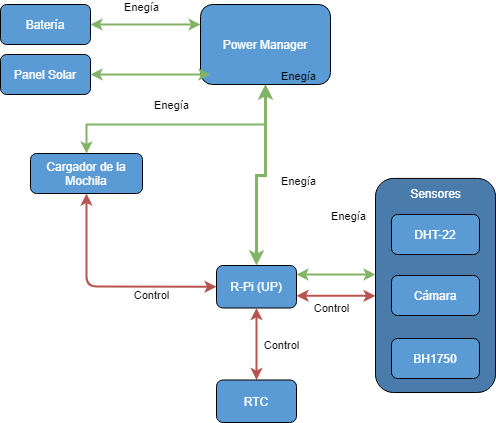
Before: Utils/Drawio/DiagramaHardware.png, a diagram exported from draw.io (tlondero/Dise-o). Source tidied: cells renumbered, new cells last; positions are measured from the earlier drawing's top-left corner, leaving out a move shared by most shapes.
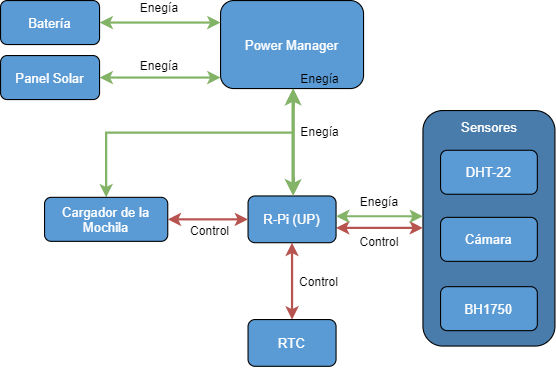
Later version of the same file.

The edit, as a diff of the source:
```diff
@@ -3,17 +3,21 @@
     <mxCell id="0" />
     <mxCell id="1" parent="0" />
     <mxCell id="2" style="rounded=1;whiteSpace=wrap;html=1;fillColor=#497CAB;" parent="1" vertex="1">
-      <mxGeometry x="375" y="173.9" width="120" height="214.1" as="geometry" />
+      <mxGeometry x="374" y="100" width="120" height="214.1" as="geometry" />
     </mxCell>
     <mxCell id="3" style="edgeStyle=orthogonalEdgeStyle;rounded=0;orthogonalLoop=1;jettySize=auto;html=1;entryX=0;entryY=0.74;entryDx=0;entryDy=0;entryPerimeter=0;startArrow=classic;startFill=1;strokeWidth=2;fillColor=#f8cecc;strokeColor=#b85450;" parent="1" edge="1">
       <mxGeometry relative="1" as="geometry">
-        <mxPoint x="296" y="291.3" as="sourcePoint" />
-        <mxPoint x="375" y="291.3" as="targetPoint" />
+        <mxPoint x="295" y="206.6" as="sourcePoint" />
+        <mxPoint x="374" y="206.7" as="targetPoint" />
+        <Array as="points">
+          <mxPoint x="355" y="206.5" />
+          <mxPoint x="355" y="206.5" />
+        </Array>
       </mxGeometry>
     </mxCell>
     <mxCell id="4" value="Control" style="edgeLabel;html=1;align=center;verticalAlign=middle;labelBackgroundColor=none;" parent="3" vertex="1">
       <mxGeometry x="0.27" y="1" relative="1" as="geometry">
-        <mxPoint x="-16" y="13" as="offset" />
+        <mxPoint x="-11" y="14" as="offset" />
       </mxGeometry>
     </mxCell>
     <mxCell id="5" value="Control" style="edgeLabel;html=1;align=center;verticalAlign=middle;labelBackgroundColor=none;" parent="3" vertex="1">
@@ -23,45 +27,41 @@
     </mxCell>
     <mxCell id="6" value="Control" style="edgeLabel;html=1;align=center;verticalAlign=middle;labelBackgroundColor=none;" parent="3" vertex="1">
       <mxGeometry x="0.27" y="1" relative="1" as="geometry">
-        <mxPoint x="-196" as="offset" />
+        <mxPoint x="-165" y="4" as="offset" />
       </mxGeometry>
     </mxCell>
     <mxCell id="7" value="&lt;font color=&quot;#FFFFFF&quot;&gt;R-Pi (UP)&lt;/font&gt;" style="rounded=1;whiteSpace=wrap;html=1;fillColor=#5B9BD5;" parent="1" vertex="1">
-      <mxGeometry x="216" y="261" width="80" height="42.5" as="geometry" />
+      <mxGeometry x="215" y="177.6" width="80" height="42.5" as="geometry" />
     </mxCell>
     <mxCell id="8" style="edgeStyle=orthogonalEdgeStyle;rounded=0;jettySize=auto;html=1;startArrow=classic;startFill=1;strokeWidth=3;fillColor=#d5e8d4;strokeColor=#82b366;" parent="1" edge="1" source="9" target="7">
       <mxGeometry relative="1" as="geometry">
         <Array as="points">
-          <mxPoint x="265" y="171" />
-          <mxPoint x="256" y="171" />
+          <mxPoint x="256" y="120" />
+          <mxPoint x="256" y="120" />
         </Array>
       </mxGeometry>
     </mxCell>
     <mxCell id="9" value="&lt;font color=&quot;#ffffff&quot;&gt;Power Manager&lt;/font&gt;" style="rounded=1;whiteSpace=wrap;html=1;fillColor=#5B9BD5;" parent="1" vertex="1">
-      <mxGeometry x="200" width="130" height="80" as="geometry" />
+      <mxGeometry x="190" width="130" height="80" as="geometry" />
     </mxCell>
     <mxCell id="10" style="edgeStyle=orthogonalEdgeStyle;rounded=0;jettySize=auto;html=1;startArrow=classic;startFill=1;strokeWidth=2;fillColor=#d5e8d4;strokeColor=#82b366;entryX=0;entryY=0.25;entryDx=0;entryDy=0;" parent="1" edge="1" source="11" target="9">
       <mxGeometry relative="1" as="geometry" />
     </mxCell>
     <mxCell id="11" value="&lt;font color=&quot;#ffffff&quot;&gt;Batería&lt;/font&gt;" style="rounded=1;whiteSpace=wrap;html=1;fillColor=#5B9BD5;" parent="1" vertex="1">
-      <mxGeometry width="90" height="40" as="geometry" />
+      <mxGeometry x="-10" width="90" height="40" as="geometry" />
     </mxCell>
-    <mxCell id="12" style="edgeStyle=orthogonalEdgeStyle;rounded=0;jettySize=auto;html=1;startArrow=classic;startFill=1;strokeWidth=2;fillColor=#d5e8d4;strokeColor=#82b366;" parent="1" edge="1" source="18" target="9">
+    <mxCell id="12" style="edgeStyle=orthogonalEdgeStyle;rounded=0;jettySize=auto;html=1;startArrow=classic;startFill=1;strokeWidth=2;fillColor=#d5e8d4;strokeColor=#82b366;exitX=0.5;exitY=0;exitDx=0;exitDy=0;" parent="1" edge="1" source="18">
       <mxGeometry relative="1" as="geometry">
+        <mxPoint x="256" y="80" as="targetPoint" />
         <Array as="points">
           <mxPoint x="86" y="120" />
-          <mxPoint x="265" y="120" />
+          <mxPoint x="256" y="120" />
         </Array>
       </mxGeometry>
     </mxCell>
-    <mxCell id="13" value="Enegía" style="edgeLabel;html=1;align=center;verticalAlign=middle;labelBackgroundColor=none;" parent="12" vertex="1">
-      <mxGeometry x="0.16" y="-1" relative="1" as="geometry">
-        <mxPoint x="-31" y="-21" as="offset" />
-      </mxGeometry>
-    </mxCell>
     <mxCell id="14" value="Enegía" style="edgeLabel;html=1;align=center;verticalAlign=middle;labelBackgroundColor=none;" parent="12" vertex="1">
       <mxGeometry x="0.16" y="-1" relative="1" as="geometry">
-        <mxPoint x="-61" y="-119" as="offset" />
+        <mxPoint x="-50" y="-114" as="offset" />
       </mxGeometry>
     </mxCell>
     <mxCell id="15" value="Enegía" style="edgeLabel;html=1;align=center;verticalAlign=middle;labelBackgroundColor=none;" parent="12" vertex="1">
@@ -71,61 +71,58 @@
     </mxCell>
     <mxCell id="16" value="Enegía" style="edgeLabel;html=1;align=center;verticalAlign=middle;labelBackgroundColor=none;" parent="12" vertex="1">
       <mxGeometry x="0.16" y="-1" relative="1" as="geometry">
-        <mxPoint x="96" y="55" as="offset" />
+        <mxPoint x="96" y="-1" as="offset" />
       </mxGeometry>
     </mxCell>
     <mxCell id="17" value="Enegía" style="edgeLabel;html=1;align=center;verticalAlign=middle;labelBackgroundColor=none;" parent="12" vertex="1">
       <mxGeometry x="0.16" y="-1" relative="1" as="geometry">
-        <mxPoint x="146" y="90" as="offset" />
+        <mxPoint x="150" y="62" as="offset" />
       </mxGeometry>
     </mxCell>
     <mxCell id="18" value="&lt;font color=&quot;#ffffff&quot;&gt;Cargador de la Mochila&lt;/font&gt;" style="rounded=1;whiteSpace=wrap;html=1;fillColor=#5B9BD5;" parent="1" vertex="1">
-      <mxGeometry x="30" y="149" width="112" height="40" as="geometry" />
+      <mxGeometry x="30" y="178.9" width="112" height="40" as="geometry" />
     </mxCell>
     <mxCell id="19" value="&lt;font color=&quot;#FFFFFF&quot;&gt;&lt;span style=&quot;background-color: transparent&quot;&gt;Sensores&lt;/span&gt;&lt;/font&gt;" style="text;html=1;align=center;verticalAlign=middle;strokeColor=none;shadow=0;rounded=0;" parent="1" vertex="1">
-      <mxGeometry x="400" y="178.9" width="70" height="20" as="geometry" />
+      <mxGeometry x="399" y="105" width="70" height="20" as="geometry" />
     </mxCell>
     <mxCell id="20" value="&lt;font color=&quot;#FFFFFF&quot;&gt;DHT-22&lt;/font&gt;" style="rounded=1;whiteSpace=wrap;html=1;fillColor=#5B9BD5;" parent="1" vertex="1">
-      <mxGeometry x="391" y="210" width="88" height="40" as="geometry" />
+      <mxGeometry x="390" y="136.1" width="88" height="40" as="geometry" />
     </mxCell>
     <mxCell id="21" value="&lt;font color=&quot;#FFFFFF&quot;&gt;Cámara&lt;/font&gt;" style="rounded=1;whiteSpace=wrap;html=1;fillColor=#5B9BD5;" parent="1" vertex="1">
-      <mxGeometry x="391" y="271" width="88" height="40" as="geometry" />
+      <mxGeometry x="390" y="197.1" width="88" height="40" as="geometry" />
     </mxCell>
     <mxCell id="22" value="&lt;font color=&quot;#FFFFFF&quot;&gt;BH1750&lt;/font&gt;" style="rounded=1;whiteSpace=wrap;html=1;fillColor=#5B9BD5;" parent="1" vertex="1">
-      <mxGeometry x="391" y="334" width="88" height="40" as="geometry" />
+      <mxGeometry x="390" y="260.1" width="88" height="40" as="geometry" />
     </mxCell>
     <mxCell id="23" style="edgeStyle=orthogonalEdgeStyle;rounded=0;jettySize=auto;html=1;startArrow=classic;startFill=1;strokeWidth=2;fillColor=#d5e8d4;strokeColor=#82b366;" parent="1" edge="1" source="24">
       <mxGeometry relative="1" as="geometry">
-        <mxPoint x="210" y="70" as="targetPoint" />
+        <mxPoint x="190" y="70" as="targetPoint" />
       </mxGeometry>
     </mxCell>
     <mxCell id="24" value="&lt;font color=&quot;#ffffff&quot;&gt;Panel Solar&lt;/font&gt;" style="rounded=1;whiteSpace=wrap;html=1;fillColor=#5B9BD5;" parent="1" vertex="1">
-      <mxGeometry y="50" width="90" height="40" as="geometry" />
+      <mxGeometry x="-10" y="50" width="90" height="40" as="geometry" />
     </mxCell>
-    <mxCell id="25" style="endArrow=classic;startArrow=classic;html=1;entryX=0.5;entryY=1;entryDx=0;entryDy=0;exitX=0;exitY=0.5;exitDx=0;exitDy=0;rounded=1;strokeWidth=2;fillColor=#f8cecc;strokeColor=#b85450;" parent="1" edge="1" source="7" target="18">
-      <mxGeometry relative="1" as="geometry">
-        <Array as="points">
-          <mxPoint x="86" y="282" />
-        </Array>
-      </mxGeometry>
+    <mxCell id="25" style="endArrow=classic;startArrow=classic;html=1;entryX=1;entryY=0.5;entryDx=0;entryDy=0;exitX=0;exitY=0.5;exitDx=0;exitDy=0;rounded=1;strokeWidth=2;fillColor=#f8cecc;strokeColor=#b85450;" parent="1" edge="1" source="7" target="18">
+      <mxGeometry relative="1" as="geometry" />
     </mxCell>
-    <mxCell id="26" style="edgeStyle=orthogonalEdgeStyle;rounded=0;jettySize=auto;html=1;startArrow=classic;startFill=1;strokeWidth=2;fillColor=#f8cecc;strokeColor=#b85450;" parent="1" edge="1" target="27">
-      <mxGeometry relative="1" as="geometry">
-        <mxPoint x="256" y="303.5" as="sourcePoint" />
-      </mxGeometry>
+    <mxCell id="26" style="edgeStyle=orthogonalEdgeStyle;rounded=0;jettySize=auto;html=1;startArrow=classic;startFill=1;strokeWidth=2;fillColor=#f8cecc;strokeColor=#b85450;exitX=0.5;exitY=1;exitDx=0;exitDy=0;" parent="1" edge="1" source="7" target="27">
+      <mxGeometry relative="1" as="geometry" />
     </mxCell>
     <mxCell id="27" value="&lt;font color=&quot;#FFFFFF&quot;&gt;RTC&lt;/font&gt;" style="rounded=1;whiteSpace=wrap;html=1;fillColor=#5B9BD5;" parent="1" vertex="1">
-      <mxGeometry x="216" y="375.5" width="80" height="42.5" as="geometry" />
+      <mxGeometry x="215" y="290" width="80" height="42.5" as="geometry" />
     </mxCell>
     <mxCell id="28" style="edgeStyle=orthogonalEdgeStyle;rounded=0;orthogonalLoop=1;jettySize=auto;html=1;entryX=0;entryY=0.74;entryDx=0;entryDy=0;entryPerimeter=0;startArrow=classic;startFill=1;strokeWidth=2;fillColor=#d5e8d4;strokeColor=#82b366;" parent="1" edge="1">
       <mxGeometry relative="1" as="geometry">
-        <mxPoint x="296" y="270" as="sourcePoint" />
-        <mxPoint x="375" y="270.1" as="targetPoint" />
+        <mxPoint x="295" y="196.1" as="sourcePoint" />
+        <mxPoint x="374" y="196.2" as="targetPoint" />
         <Array as="points">
-          <mxPoint x="360" y="270" />
-          <mxPoint x="360" y="270" />
+          <mxPoint x="359" y="196.1" />
+          <mxPoint x="359" y="196.1" />
         </Array>
       </mxGeometry>
     </mxCell>
+    <mxCell id="13" value="Enegía" style="edgeLabel;html=1;align=center;verticalAlign=middle;labelBackgroundColor=none;" parent="1" vertex="1">
+      <mxGeometry x="134" y="60" as="geometry" />
+    </mxCell>
   </root>
 </mxGraphModel>
```
